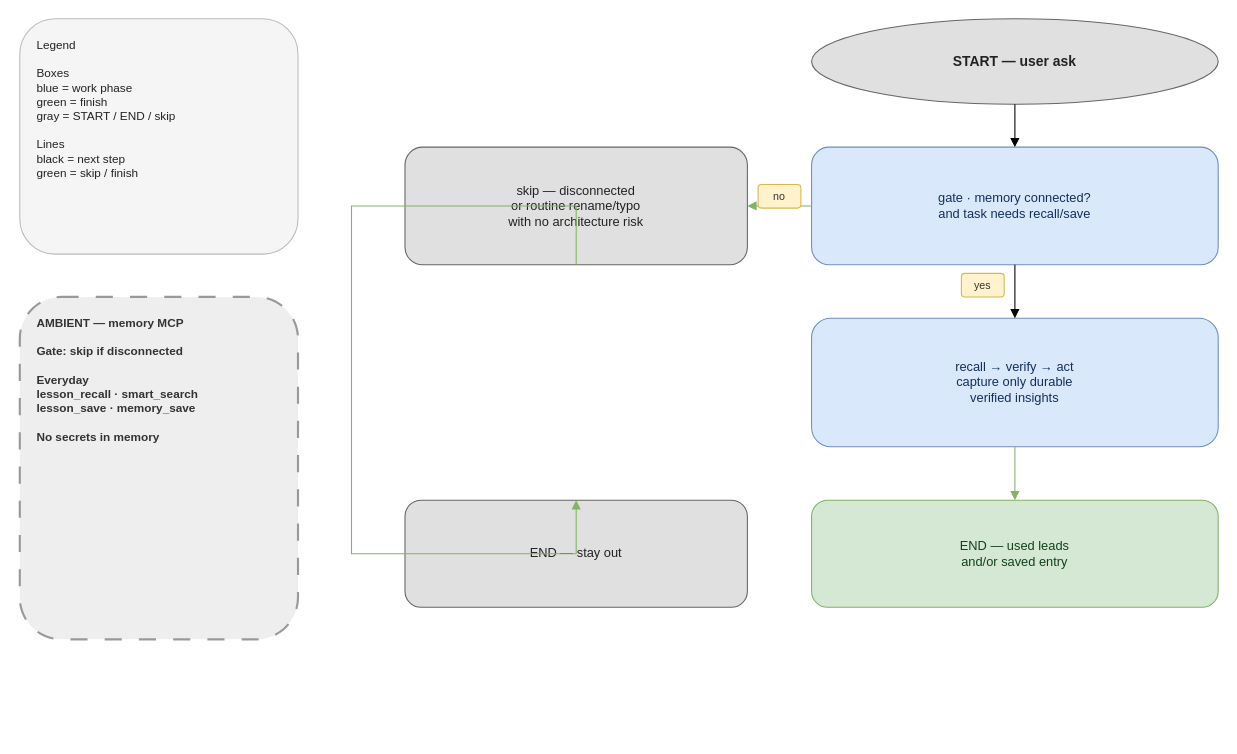
Before: plugins/agentmemory/docs/agentmemory-workflow.drawio in nodadyoushutup/marketplace, a draw.io diagram. Source tidied: cells renumbered, new cells numbered last; positions are measured from the earlier drawing's top-left corner, leaving out a move shared by most shapes. Both pictures are drawn from the tidied source at 107%, with x=0, y=0 at pixel (19, 18).
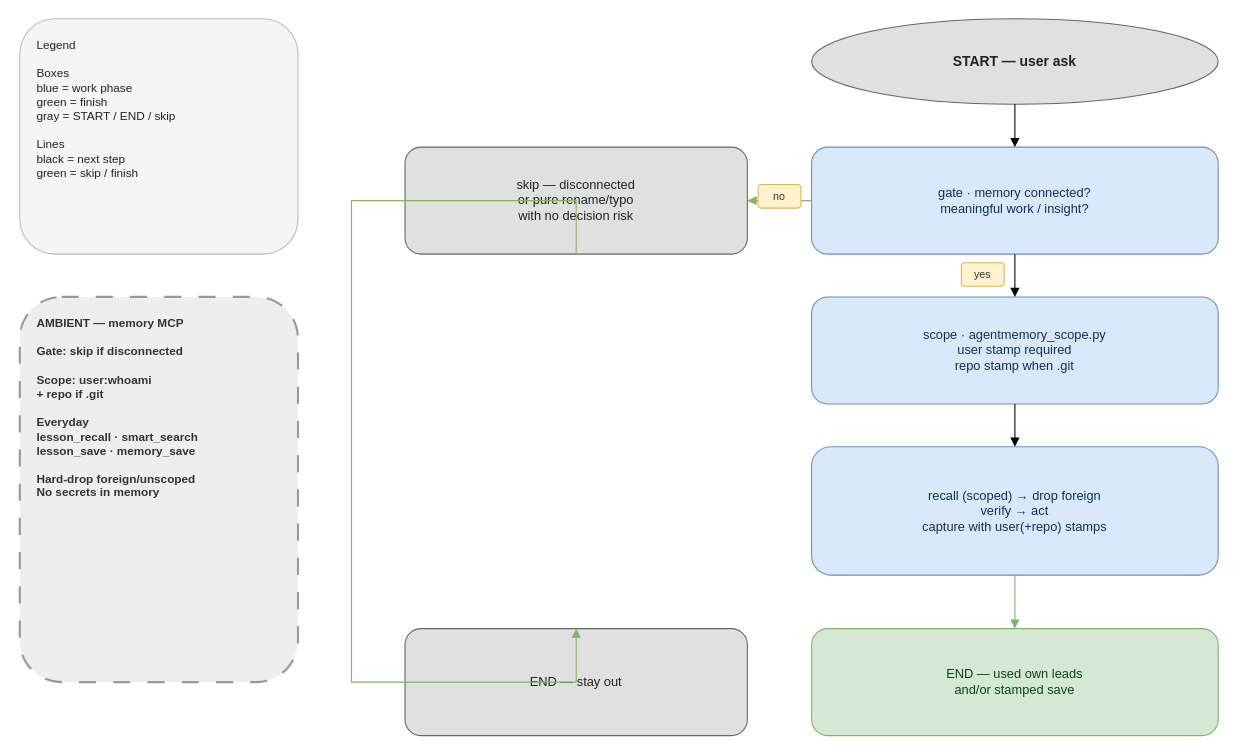
The same diagram, later.

The edit, as a diff of the source:
```diff
@@
-    <mxCell id="3" value="AMBIENT — memory MCP&#10;&#10;Gate: skip if disconnected&#10;&#10;Everyday&#10;lesson_recall · smart_search&#10;lesson_save · memory_save&#10;&#10;No secrets in memory" style="rounded=1;whiteSpace=wrap;html=1;dashed=1;dashPattern=8 8;align=left;verticalAlign=top;spacingLeft=14;spacingRight=14;spacingTop=12;spacingBottom=12;fontSize=11;fontStyle=1;fillColor=#eeeeee;strokeColor=#999999;strokeWidth=2;fontColor=#333333;" parent="1" vertex="1">
-      <mxGeometry y="260" width="260" height="320" as="geometry" />
+    <mxCell id="3" value="AMBIENT — memory MCP&#10;&#10;Gate: skip if disconnected&#10;&#10;Scope: user:whoami&#10;+ repo if .git&#10;&#10;Everyday&#10;lesson_recall · smart_search&#10;lesson_save · memory_save&#10;&#10;Hard-drop foreign/unscoped&#10;No secrets in memory" style="rounded=1;whiteSpace=wrap;html=1;dashed=1;dashPattern=8 8;align=left;verticalAlign=top;spacingLeft=14;spacingRight=14;spacingTop=12;spacingBottom=12;fontSize=11;fontStyle=1;fillColor=#eeeeee;strokeColor=#999999;strokeWidth=2;fontColor=#333333;" parent="1" vertex="1">
+      <mxGeometry y="260" width="260" height="360" as="geometry" />
     </mxCell>
@@
-    <mxCell id="5" value="gate · memory connected?&#10;and task needs recall/save" style="rounded=1;whiteSpace=wrap;html=1;align=center;verticalAlign=middle;spacingLeft=12;spacingRight=12;fontSize=12;fillColor=#dae8fc;strokeColor=#6c8ebf;fontColor=#12305B;" parent="1" vertex="1">
-      <mxGeometry x="740" y="120" width="380" height="110" as="geometry" />
+    <mxCell id="5" value="gate · memory connected?&#10;meaningful work / insight?" style="rounded=1;whiteSpace=wrap;html=1;align=center;verticalAlign=middle;spacingLeft=12;spacingRight=12;fontSize=12;fillColor=#dae8fc;strokeColor=#6c8ebf;fontColor=#12305B;" parent="1" vertex="1">
+      <mxGeometry x="740" y="120" width="380" height="100" as="geometry" />
     </mxCell>
-    <mxCell id="6" value="skip — disconnected&#10;or routine rename/typo&#10;with no architecture risk" style="rounded=1;whiteSpace=wrap;html=1;align=center;verticalAlign=middle;spacingLeft=12;spacingRight=12;fontSize=12;fillColor=#e0e0e0;strokeColor=#666666;fontColor=#222222;" parent="1" vertex="1">
-      <mxGeometry x="360" y="120" width="320" height="110" as="geometry" />
+    <mxCell id="6" value="skip — disconnected&#10;or pure rename/typo&#10;with no decision risk" style="rounded=1;whiteSpace=wrap;html=1;align=center;verticalAlign=middle;spacingLeft=12;spacingRight=12;fontSize=12;fillColor=#e0e0e0;strokeColor=#666666;fontColor=#222222;" parent="1" vertex="1">
+      <mxGeometry x="360" y="120" width="320" height="100" as="geometry" />
     </mxCell>
+    <mxCell id="17" value="scope · agentmemory_scope.py&#10;user stamp required&#10;repo stamp when .git" style="rounded=1;whiteSpace=wrap;html=1;align=center;verticalAlign=middle;spacingLeft=12;spacingRight=12;fontSize=12;fillColor=#dae8fc;strokeColor=#6c8ebf;fontColor=#12305B;" parent="1" vertex="1">
+      <mxGeometry x="740" y="260" width="380" height="100" as="geometry" />
+    </mxCell>
-    <mxCell id="7" value="recall → verify → act&#10;capture only durable&#10;verified insights" style="rounded=1;whiteSpace=wrap;html=1;align=center;verticalAlign=middle;spacingLeft=12;spacingRight=12;fontSize=12;fillColor=#dae8fc;strokeColor=#6c8ebf;fontColor=#12305B;" parent="1" vertex="1">
-      <mxGeometry x="740" y="280" width="380" height="120" as="geometry" />
+    <mxCell id="7" value="recall (scoped) → drop foreign&#10;verify → act&#10;capture with user(+repo) stamps" style="rounded=1;whiteSpace=wrap;html=1;align=center;verticalAlign=middle;spacingLeft=12;spacingRight=12;fontSize=12;fillColor=#dae8fc;strokeColor=#6c8ebf;fontColor=#12305B;" parent="1" vertex="1">
+      <mxGeometry x="740" y="400" width="380" height="120" as="geometry" />
     </mxCell>
-    <mxCell id="8" value="END — used leads&#10;and/or saved entry" style="rounded=1;whiteSpace=wrap;html=1;align=center;verticalAlign=middle;spacingLeft=12;spacingRight=12;fontSize=12;fillColor=#d5e8d4;strokeColor=#82b366;fontColor=#12401A;" parent="1" vertex="1">
-      <mxGeometry x="740" y="450" width="380" height="100" as="geometry" />
+    <mxCell id="8" value="END — used own leads&#10;and/or stamped save" style="rounded=1;whiteSpace=wrap;html=1;align=center;verticalAlign=middle;spacingLeft=12;spacingRight=12;fontSize=12;fillColor=#d5e8d4;strokeColor=#82b366;fontColor=#12401A;" parent="1" vertex="1">
+      <mxGeometry x="740" y="570" width="380" height="100" as="geometry" />
     </mxCell>
     <mxCell id="9" value="END — stay out" style="rounded=1;whiteSpace=wrap;html=1;align=center;verticalAlign=middle;spacingLeft=12;spacingRight=12;fontSize=12;fillColor=#e0e0e0;strokeColor=#666666;fontColor=#222222;" parent="1" vertex="1">
-      <mxGeometry x="360" y="450" width="320" height="100" as="geometry" />
+      <mxGeometry x="360" y="570" width="320" height="100" as="geometry" />
     </mxCell>
@@
-    <mxCell id="13" style="edgeStyle=orthogonalEdgeStyle;rounded=0;html=1;endArrow=block;jumpStyle=arc;jumpSize=10;exitX=0.5;exitY=1;entryX=0.5;entryY=0;" parent="1" edge="1" source="5" target="7">
-      <mxGeometry relative="1" as="geometry" />
-    </mxCell>
+    <mxCell id="18" style="edgeStyle=orthogonalEdgeStyle;rounded=0;html=1;endArrow=block;jumpStyle=arc;jumpSize=10;exitX=0.5;exitY=1;entryX=0.5;entryY=0;" parent="1" edge="1" source="5" target="17">
+      <mxGeometry relative="1" as="geometry" />
+    </mxCell>
     <mxCell id="14" value="yes" style="rounded=1;whiteSpace=wrap;html=1;align=center;verticalAlign=middle;fontSize=10;fillColor=#fff2cc;strokeColor=#d6b656;fontColor=#333333;" parent="1" vertex="1">
-      <mxGeometry x="880" y="238" width="40" height="22" as="geometry" />
+      <mxGeometry x="880" y="228" width="40" height="22" as="geometry" />
     </mxCell>
+    <mxCell id="19" style="edgeStyle=orthogonalEdgeStyle;rounded=0;html=1;endArrow=block;jumpStyle=arc;jumpSize=10;exitX=0.5;exitY=1;entryX=0.5;entryY=0;" parent="1" edge="1" source="17" target="7">
+      <mxGeometry relative="1" as="geometry" />
+    </mxCell>
@@
     <mxCell id="16" style="edgeStyle=orthogonalEdgeStyle;rounded=0;html=1;endArrow=block;jumpStyle=arc;jumpSize=10;strokeColor=#82b366;exitX=0.5;exitY=1;entryX=0.5;entryY=0;" parent="1" edge="1" source="6" target="9">
       <mxGeometry relative="1" as="geometry">
         <Array as="points">
-          <mxPoint x="310" y="175" />
-          <mxPoint x="310" y="500" />
+          <mxPoint x="310" y="170" />
+          <mxPoint x="310" y="620" />
         </Array>
       </mxGeometry>
     </mxCell>
```
